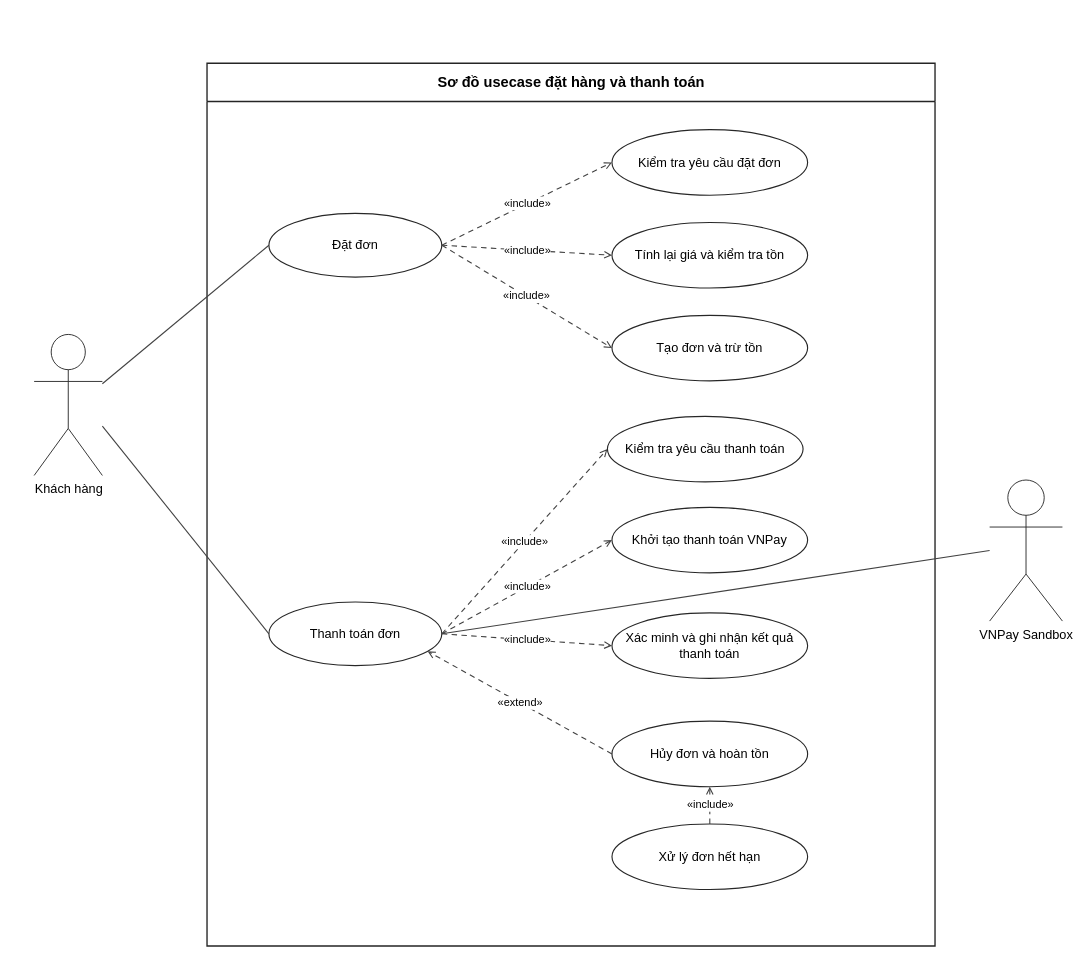
The draw.io diagram docs/diagrams/sources/use-case-checkout.drawio in mhien06/BrewLite_A2, before the edit. Source tidied: cells renumbered, new cells numbered last; positions are measured from the earlier drawing's top-left corner, leaving out a move shared by most shapes. Both pictures are drawn from the tidied source at 91%, with x=0, y=0 at pixel (34, 63).
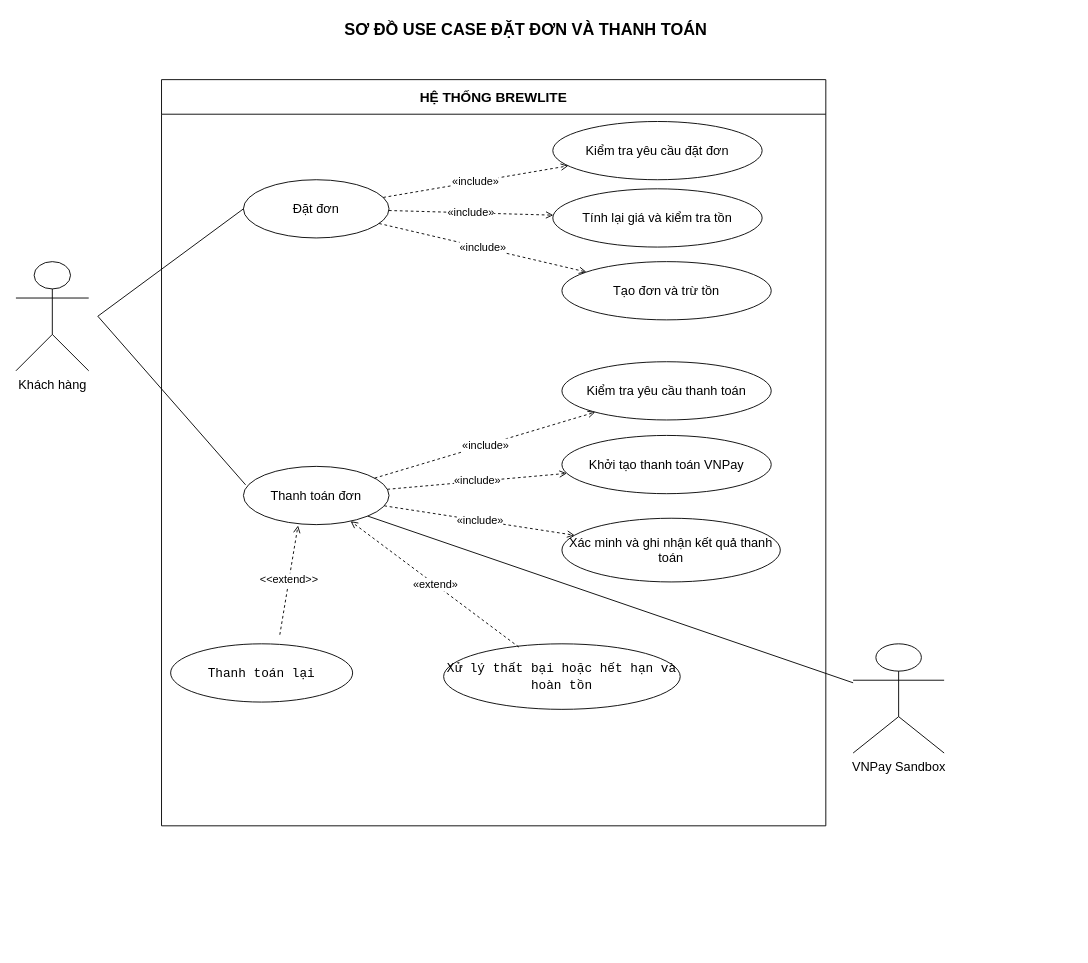
The same diagram, later.

Commit message (it also covers changes not shown here):
docs(task1.3): align checkout use case with FR-11

Diff of the diagram source:
```diff
@@
+    <mxCell id="26" value="SƠ ĐỒ USE CASE ĐẶT ĐƠN VÀ THANH TOÁN" style="text;html=1;align=center;verticalAlign=middle;fontStyle=1;fontSize=18;" parent="1" vertex="1">
+      <mxGeometry x="280" y="-52" width="520" height="30" as="geometry" />
+    </mxCell>
-    <mxCell id="2" value="Sơ đồ usecase đặt hàng và thanh toán" style="swimlane;html=1;startSize=42;horizontal=1;rounded=0;fillColor=#FFFFFF;swimlaneFillColor=#FFFFFF;strokeColor=#252525;strokeWidth=1.5;fontFamily=Arial;fontSize=16;fontStyle=1;align=center;" parent="1" vertex="1">
-      <mxGeometry x="190" width="800" height="970" as="geometry" />
+    <mxCell id="2" value="HỆ THỐNG BREWLITE" style="swimlane;html=1;horizontal=1;startSize=38;rounded=0;fontStyle=1;fontSize=15;whiteSpace=wrap;" parent="1" vertex="1">
+      <mxGeometry x="140" y="18" width="730" height="820" as="geometry" />
     </mxCell>
+    <mxCell id="12" value="Xác minh và ghi nhận kết quả thanh toán" style="ellipse;whiteSpace=wrap;html=1;fontSize=14;" parent="2" vertex="1">
+      <mxGeometry x="440" y="482" width="240" height="70" as="geometry" />
+    </mxCell>
-    <mxCell id="3" value="Kiểm tra yêu cầu&amp;#xa;thanh toán" style="ellipse;whiteSpace=wrap;html=1;fillColor=#FFFFFF;strokeColor=#272727;strokeWidth=1.25;fontFamily=Arial;fontSize=14;align=center;verticalAlign=middle;spacing=8;" parent="2" vertex="1">
-      <mxGeometry x="440" y="388" width="215" height="72" as="geometry" />
+    <mxCell id="3" value="Kiểm tra yêu cầu thanh toán" style="ellipse;whiteSpace=wrap;html=1;fontSize=14;" parent="2" vertex="1">
+      <mxGeometry x="440" y="310" width="230" height="64" as="geometry" />
     </mxCell>
-    <mxCell id="4" value="Khởi tạo thanh toán VNPay" style="ellipse;whiteSpace=wrap;html=1;fillColor=#FFFFFF;strokeColor=#272727;strokeWidth=1.25;fontFamily=Arial;fontSize=14;align=center;verticalAlign=middle;spacing=8;" parent="2" vertex="1">
-      <mxGeometry x="445" y="488" width="215" height="72" as="geometry" />
+    <mxCell id="4" value="Khởi tạo thanh toán VNPay" style="ellipse;whiteSpace=wrap;html=1;fontSize=14;" parent="2" vertex="1">
+      <mxGeometry x="440" y="391" width="230" height="64" as="geometry" />
     </mxCell>
+    <mxCell id="27" value="&lt;code&gt;Thanh toán lại&lt;/code&gt;" style="ellipse;whiteSpace=wrap;html=1;fontSize=14;" parent="2" vertex="1">
+      <mxGeometry x="10" y="620" width="200" height="64" as="geometry" />
+    </mxCell>
+    <mxCell id="28" value="&lt;code&gt;Xử lý thất bại hoặc hết hạn và hoàn tồn&lt;/code&gt;" style="ellipse;whiteSpace=wrap;html=1;fontSize=14;" parent="2" vertex="1">
+      <mxGeometry x="310" y="620" width="260" height="72" as="geometry" />
+    </mxCell>
+    <mxCell id="9" value="Kiểm tra yêu cầu đặt đơn" style="ellipse;whiteSpace=wrap;html=1;fontSize=14;" parent="2" vertex="1">
+      <mxGeometry x="430" y="46" width="230" height="64" as="geometry" />
+    </mxCell>
+    <mxCell id="10" value="Tính lại giá và kiểm tra tồn" style="ellipse;whiteSpace=wrap;html=1;fontSize=14;" parent="2" vertex="1">
+      <mxGeometry x="430" y="120" width="230" height="64" as="geometry" />
+    </mxCell>
+    <mxCell id="29" value="&amp;lt;&amp;lt;extend&amp;gt;&amp;gt;" style="edgeStyle=none;rounded=0;html=1;dashed=1;endArrow=open;endFill=0;fontSize=12;" parent="2" edge="1">
+      <mxGeometry relative="1" as="geometry">
+        <mxPoint x="130" y="610" as="sourcePoint" />
+        <mxPoint x="150" y="490" as="targetPoint" />
+      </mxGeometry>
+    </mxCell>
-    <mxCell id="5" value="Khách hàng" style="shape=umlActor;verticalLabelPosition=bottom;verticalAlign=top;html=1;outlineConnect=0;fillColor=#FFFFFF;strokeColor=#252525;fontFamily=Arial;fontSize=14;" parent="1" vertex="1">
-      <mxGeometry y="298" width="75" height="155" as="geometry" />
+    <mxCell id="5" value="Khách hàng" style="shape=umlActor;verticalLabelPosition=bottom;verticalAlign=top;html=1;fontSize=14;" parent="1" vertex="1">
+      <mxGeometry x="-20" y="218" width="80" height="120" as="geometry" />
     </mxCell>
-    <mxCell id="6" value="VNPay Sandbox" style="shape=umlActor;verticalLabelPosition=bottom;verticalAlign=top;html=1;outlineConnect=0;fillColor=#FFFFFF;strokeColor=#252525;fontFamily=Arial;fontSize=14;" parent="1" vertex="1">
-      <mxGeometry x="1050" y="458" width="80" height="155" as="geometry" />
+    <mxCell id="6" value="VNPay Sandbox" style="shape=umlActor;verticalLabelPosition=bottom;verticalAlign=top;html=1;fontSize=14;" parent="1" vertex="1">
+      <mxGeometry x="900" y="638" width="100" height="120" as="geometry" />
     </mxCell>
-    <mxCell id="7" value="Đặt đơn" style="ellipse;whiteSpace=wrap;html=1;fillColor=#FFFFFF;strokeColor=#272727;strokeWidth=1.25;fontFamily=Arial;fontSize=14;align=center;verticalAlign=middle;spacing=8;" parent="1" vertex="1">
-      <mxGeometry x="258" y="165" width="190" height="70" as="geometry" />
+    <mxCell id="7" value="Đặt đơn" style="ellipse;whiteSpace=wrap;html=1;fontSize=14;" parent="1" vertex="1">
+      <mxGeometry x="230" y="128" width="160" height="64" as="geometry" />
     </mxCell>
+    <mxCell id="11" value="Tạo đơn và trừ tồn" style="ellipse;whiteSpace=wrap;html=1;fontSize=14;" parent="1" vertex="1">
+      <mxGeometry x="580" y="218" width="230" height="64" as="geometry" />
+    </mxCell>
-    <mxCell id="8" value="Thanh toán đơn" style="ellipse;whiteSpace=wrap;html=1;fillColor=#FFFFFF;strokeColor=#272727;strokeWidth=1.25;fontFamily=Arial;fontSize=14;align=center;verticalAlign=middle;spacing=8;" parent="1" vertex="1">
-      <mxGeometry x="258" y="592" width="190" height="70" as="geometry" />
+    <mxCell id="8" value="Thanh toán đơn" style="ellipse;whiteSpace=wrap;html=1;fontSize=14;" parent="1" vertex="1">
+      <mxGeometry x="230" y="443" width="160" height="64" as="geometry" />
     </mxCell>
-    <mxCell id="9" value="Kiểm tra yêu cầu&amp;#xa;đặt đơn" style="ellipse;whiteSpace=wrap;html=1;fillColor=#FFFFFF;strokeColor=#272727;strokeWidth=1.25;fontFamily=Arial;fontSize=14;align=center;verticalAlign=middle;spacing=8;" parent="1" vertex="1">
-      <mxGeometry x="635" y="73" width="215" height="72" as="geometry" />
-    </mxCell>
-    <mxCell id="10" value="Tính lại giá và&amp;#xa;kiểm tra tồn" style="ellipse;whiteSpace=wrap;html=1;fillColor=#FFFFFF;strokeColor=#272727;strokeWidth=1.25;fontFamily=Arial;fontSize=14;align=center;verticalAlign=middle;spacing=8;" parent="1" vertex="1">
-      <mxGeometry x="635" y="175" width="215" height="72" as="geometry" />
-    </mxCell>
-    <mxCell id="11" value="Tạo đơn và trừ tồn" style="ellipse;whiteSpace=wrap;html=1;fillColor=#FFFFFF;strokeColor=#272727;strokeWidth=1.25;fontFamily=Arial;fontSize=14;align=center;verticalAlign=middle;spacing=8;" parent="1" vertex="1">
-      <mxGeometry x="635" y="277" width="215" height="72" as="geometry" />
-    </mxCell>
-    <mxCell id="12" value="Xác minh và ghi nhận kết quả thanh toán" style="ellipse;whiteSpace=wrap;html=1;fillColor=#FFFFFF;strokeColor=#272727;strokeWidth=1.25;fontFamily=Arial;fontSize=14;align=center;verticalAlign=middle;spacing=8;" parent="1" vertex="1">
-      <mxGeometry x="635" y="604" width="215" height="72" as="geometry" />
-    </mxCell>
-    <mxCell id="13" value="Hủy đơn và hoàn tồn" style="ellipse;whiteSpace=wrap;html=1;fillColor=#FFFFFF;strokeColor=#272727;strokeWidth=1.25;fontFamily=Arial;fontSize=14;align=center;verticalAlign=middle;spacing=8;" parent="1" vertex="1">
-      <mxGeometry x="635" y="723" width="215" height="72" as="geometry" />
-    </mxCell>
-    <mxCell id="14" value="Xử lý đơn hết hạn" style="ellipse;whiteSpace=wrap;html=1;fillColor=#FFFFFF;strokeColor=#272727;strokeWidth=1.25;fontFamily=Arial;fontSize=14;align=center;verticalAlign=middle;spacing=8;" parent="1" vertex="1">
-      <mxGeometry x="635" y="836" width="215" height="72" as="geometry" />
-    </mxCell>
-    <mxCell id="15" style="edgeStyle=none;rounded=0;html=1;jettySize=auto;strokeColor=#424242;strokeWidth=1.2;endArrow=none;exitX=1;exitY=0.35;exitDx=0;exitDy=0;entryX=0;entryY=0.5;entryDx=0;entryDy=0;" parent="1" edge="1" source="5" target="7">
-      <mxGeometry relative="1" as="geometry" />
-    </mxCell>
-    <mxCell id="16" style="edgeStyle=none;rounded=0;html=1;jettySize=auto;strokeColor=#424242;strokeWidth=1.2;endArrow=none;exitX=1;exitY=0.65;exitDx=0;exitDy=0;entryX=0;entryY=0.5;entryDx=0;entryDy=0;" parent="1" edge="1" source="5" target="8">
-      <mxGeometry relative="1" as="geometry" />
-    </mxCell>
-    <mxCell id="17" style="edgeStyle=none;rounded=0;html=1;jettySize=auto;strokeColor=#424242;strokeWidth=1.2;endArrow=none;exitX=0;exitY=0.5;exitDx=0;exitDy=0;entryX=1;entryY=0.5;entryDx=0;entryDy=0;" parent="1" edge="1" source="6" target="8">
-      <mxGeometry relative="1" as="geometry" />
-    </mxCell>
-    <mxCell id="18" value="«include»" style="edgeStyle=none;rounded=0;html=1;jettySize=auto;strokeColor=#424242;strokeWidth=1.2;dashed=1;dashPattern=5 4;endArrow=open;endFill=0;fontFamily=Arial;fontSize=12;labelBackgroundColor=#FFFFFF;exitX=1;exitY=0.5;exitDx=0;exitDy=0;entryX=0;entryY=0.5;entryDx=0;entryDy=0;" parent="1" edge="1" source="7" target="9">
+    <mxCell id="18" value="&amp;laquo;include&amp;raquo;" style="edgeStyle=none;rounded=0;html=1;dashed=1;endArrow=open;endFill=0;fontSize=12;" parent="1" edge="1" source="7" target="9">
       <mxGeometry relative="1" as="geometry" />
     </mxCell>
-    <mxCell id="19" value="«include»" style="edgeStyle=none;rounded=0;html=1;jettySize=auto;strokeColor=#424242;strokeWidth=1.2;dashed=1;dashPattern=5 4;endArrow=open;endFill=0;fontFamily=Arial;fontSize=12;labelBackgroundColor=#FFFFFF;exitX=1;exitY=0.5;exitDx=0;exitDy=0;entryX=0;entryY=0.5;entryDx=0;entryDy=0;" parent="1" edge="1" source="7" target="10">
+    <mxCell id="19" value="&amp;laquo;include&amp;raquo;" style="edgeStyle=none;rounded=0;html=1;dashed=1;endArrow=open;endFill=0;fontSize=12;" parent="1" edge="1" source="7" target="10">
       <mxGeometry relative="1" as="geometry" />
     </mxCell>
-    <mxCell id="20" value="«include»" style="edgeStyle=none;rounded=0;html=1;jettySize=auto;strokeColor=#424242;strokeWidth=1.2;dashed=1;dashPattern=5 4;endArrow=open;endFill=0;fontFamily=Arial;fontSize=12;labelBackgroundColor=#FFFFFF;exitX=1;exitY=0.5;exitDx=0;exitDy=0;entryX=0;entryY=0.5;entryDx=0;entryDy=0;" parent="1" edge="1" source="7" target="11">
+    <mxCell id="20" value="&amp;laquo;include&amp;raquo;" style="edgeStyle=none;rounded=0;html=1;dashed=1;endArrow=open;endFill=0;fontSize=12;" parent="1" edge="1" source="7" target="11">
       <mxGeometry relative="1" as="geometry" />
     </mxCell>
-    <mxCell id="21" value="«include»" style="edgeStyle=none;rounded=0;html=1;jettySize=auto;strokeColor=#424242;strokeWidth=1.2;dashed=1;dashPattern=5 4;endArrow=open;endFill=0;fontFamily=Arial;fontSize=12;labelBackgroundColor=#FFFFFF;exitX=1;exitY=0.5;exitDx=0;exitDy=0;entryX=0;entryY=0.5;entryDx=0;entryDy=0;" parent="1" edge="1" source="8" target="3">
+    <mxCell id="21" value="&amp;laquo;include&amp;raquo;" style="edgeStyle=none;rounded=0;html=1;dashed=1;endArrow=open;endFill=0;fontSize=12;" parent="1" edge="1" source="8" target="3">
       <mxGeometry relative="1" as="geometry" />
     </mxCell>
-    <mxCell id="22" value="«include»" style="edgeStyle=none;rounded=0;html=1;jettySize=auto;strokeColor=#424242;strokeWidth=1.2;dashed=1;dashPattern=5 4;endArrow=open;endFill=0;fontFamily=Arial;fontSize=12;labelBackgroundColor=#FFFFFF;exitX=1;exitY=0.5;exitDx=0;exitDy=0;entryX=0;entryY=0.5;entryDx=0;entryDy=0;" parent="1" edge="1" source="8" target="4">
+    <mxCell id="22" value="&amp;laquo;include&amp;raquo;" style="edgeStyle=none;rounded=0;html=1;dashed=1;endArrow=open;endFill=0;fontSize=12;" parent="1" edge="1" source="8" target="4">
       <mxGeometry relative="1" as="geometry" />
     </mxCell>
-    <mxCell id="23" value="«include»" style="edgeStyle=none;rounded=0;html=1;jettySize=auto;strokeColor=#424242;strokeWidth=1.2;dashed=1;dashPattern=5 4;endArrow=open;endFill=0;fontFamily=Arial;fontSize=12;labelBackgroundColor=#FFFFFF;exitX=1;exitY=0.5;exitDx=0;exitDy=0;entryX=0;entryY=0.5;entryDx=0;entryDy=0;" parent="1" edge="1" source="8" target="12">
+    <mxCell id="23" value="&amp;laquo;include&amp;raquo;" style="edgeStyle=none;rounded=0;html=1;dashed=1;endArrow=open;endFill=0;fontSize=12;" parent="1" edge="1" source="8" target="12">
       <mxGeometry relative="1" as="geometry" />
     </mxCell>
-    <mxCell id="24" value="«extend»" style="edgeStyle=none;rounded=0;html=1;jettySize=auto;strokeColor=#424242;strokeWidth=1.2;dashed=1;dashPattern=5 4;endArrow=open;endFill=0;fontFamily=Arial;fontSize=12;labelBackgroundColor=#FFFFFF;exitX=0;exitY=0.5;exitDx=0;exitDy=0;entryX=1;entryY=0.84;entryDx=0;entryDy=0;" parent="1" edge="1" source="13" target="8">
+    <mxCell id="24" value="&amp;laquo;extend&amp;raquo;" style="edgeStyle=none;rounded=0;html=1;dashed=1;endArrow=open;endFill=0;fontSize=12;exitX=0.318;exitY=0.05;exitDx=0;exitDy=0;exitPerimeter=0;" parent="1" edge="1" source="28" target="8">
       <mxGeometry relative="1" as="geometry" />
     </mxCell>
-    <mxCell id="25" value="«include»" style="edgeStyle=none;rounded=0;html=1;jettySize=auto;strokeColor=#424242;strokeWidth=1.2;dashed=1;dashPattern=5 4;endArrow=open;endFill=0;fontFamily=Arial;fontSize=12;labelBackgroundColor=#FFFFFF;exitX=0.5;exitY=0;exitDx=0;exitDy=0;entryX=0.5;entryY=1;entryDx=0;entryDy=0;" parent="1" edge="1" source="14" target="13">
-      <mxGeometry relative="1" as="geometry" />
-    </mxCell>
+    <mxCell id="30" style="endArrow=none;html=1;rounded=0;exitX=1;exitY=1;exitDx=0;exitDy=0;" parent="1" edge="1" source="8" target="6">
+      <mxGeometry relative="1" as="geometry" />
+    </mxCell>
+    <mxCell id="31" style="endArrow=none;html=1;rounded=0;entryX=0;entryY=0.5;entryDx=0;entryDy=0;" parent="1" edge="1" target="7">
+      <mxGeometry relative="1" as="geometry">
+        <mxPoint x="70" y="278" as="sourcePoint" />
+      </mxGeometry>
+    </mxCell>
+    <mxCell id="32" style="endArrow=none;html=1;rounded=0;exitX=0.015;exitY=0.317;exitDx=0;exitDy=0;exitPerimeter=0;" parent="1" edge="1" source="8">
+      <mxGeometry relative="1" as="geometry">
+        <mxPoint x="70" y="278" as="targetPoint" />
+      </mxGeometry>
+    </mxCell>
```
